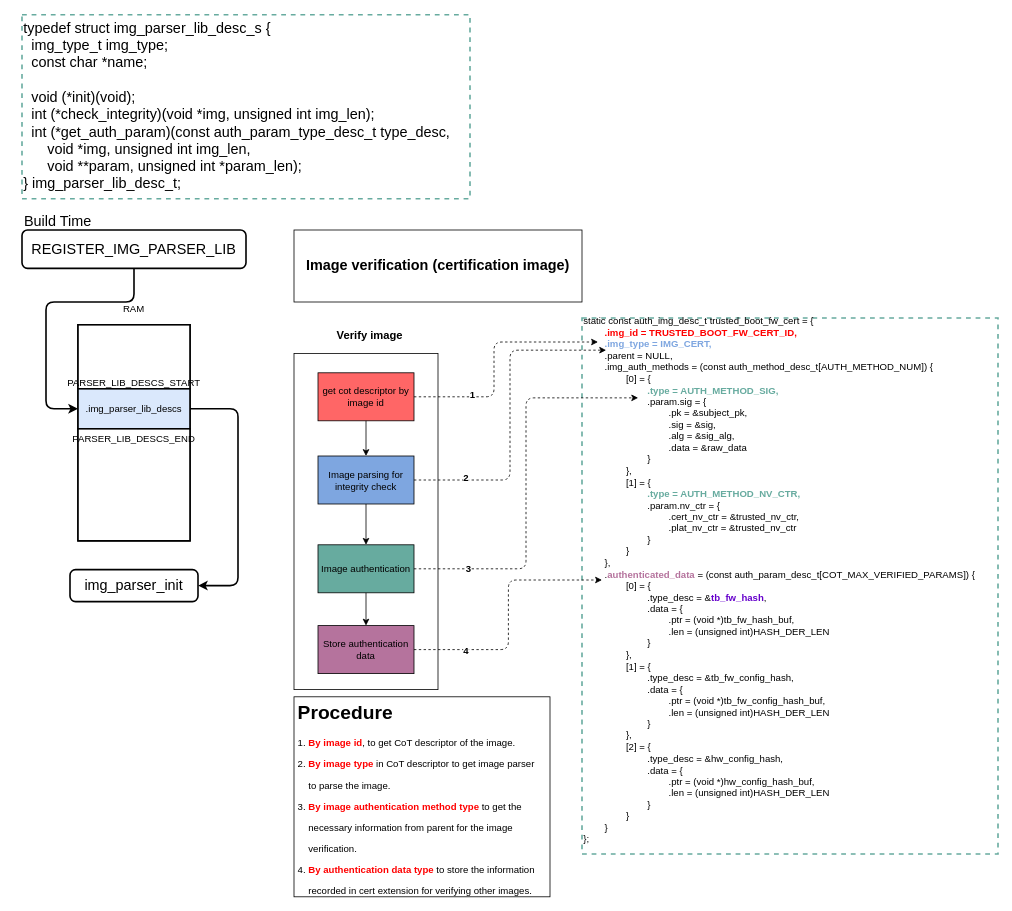
The draw.io diagram page "REGISTER_IMG_PARSER_LIB" (4 of 7) of mbedx509_parser.drawio in daichin/secureboot, before the edit. Source tidied: cells renumbered, new cells numbered last; positions are measured from the earlier drawing's top-left corner, leaving out a move shared by most shapes. Both pictures are drawn from the tidied source at 80%, with x=0, y=0 at pixel (14, 14).
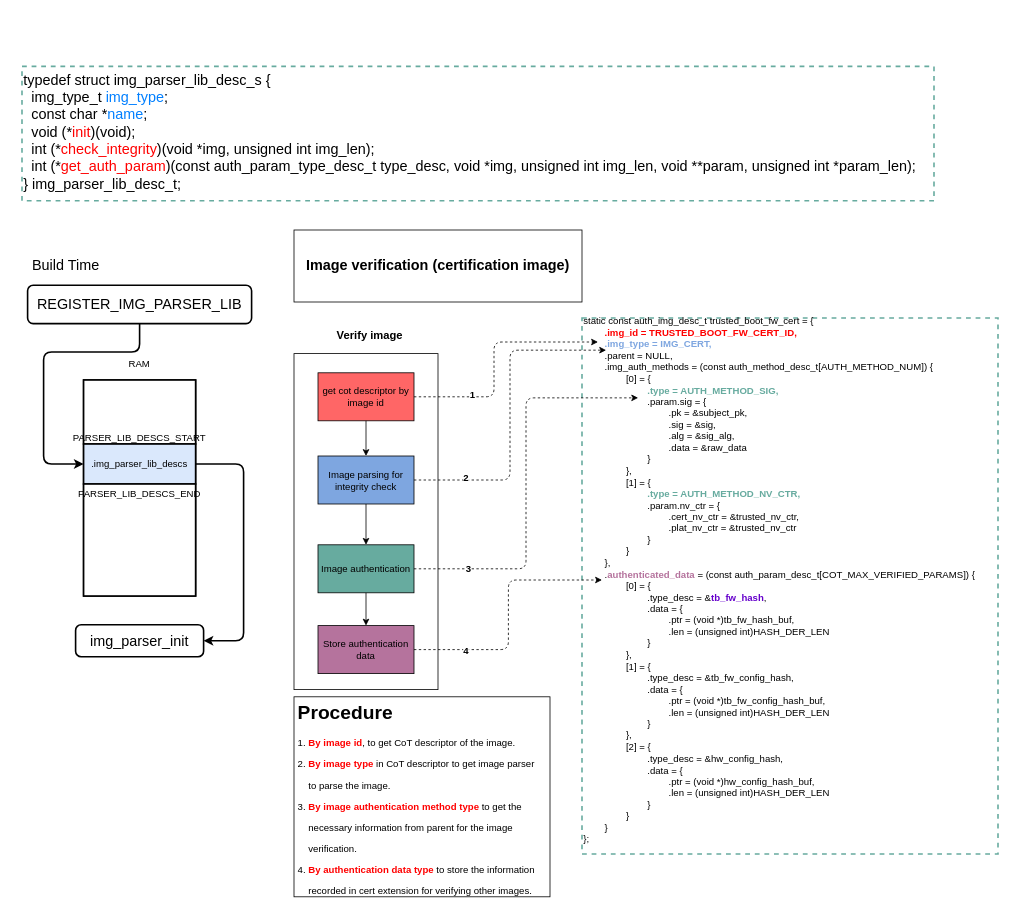
The same page after the edit.

Unchanged cells that the change refers to:
```xml
<mxCell id="30" value=".img_parser_lib_descs" style="rounded=0;whiteSpace=wrap;html=1;strokeColor=#000000;align=center;fillColor=#dae8fc;strokeWidth=2;" parent="28" vertex="1">
  <mxGeometry y="80" width="140" height="50" as="geometry" />
</mxCell>
```

What changed in the source:
```diff
@@
-    <mxCell id="25" style="edgeStyle=orthogonalEdgeStyle;jettySize=auto;html=1;exitX=0.5;exitY=1;exitDx=0;exitDy=0;entryX=0;entryY=0.5;entryDx=0;entryDy=0;fontSize=18;rounded=1;strokeWidth=2;" parent="1" edge="1" source="26" target="30">
+    <mxCell id="25" style="edgeStyle=orthogonalEdgeStyle;rounded=1;jettySize=auto;html=1;exitX=0.5;exitY=1;exitDx=0;exitDy=0;entryX=0;entryY=0.5;entryDx=0;entryDy=0;endArrow=classic;endFill=1;strokeColor=#000000;strokeWidth=2;fontSize=18;" parent="1" edge="1" source="26" target="30">
       <mxGeometry relative="1" as="geometry">
         <Array as="points">
-          <mxPoint x="150" y="359" />
-          <mxPoint x="40" y="359" />
-          <mxPoint x="40" y="493" />
+          <mxPoint x="157" y="421.5" />
+          <mxPoint x="37" y="421.5" />
+          <mxPoint x="37" y="561.5" />
         </Array>
       </mxGeometry>
     </mxCell>
     <mxCell id="26" value="REGISTER_IMG_PARSER_LIB" style="rounded=1;whiteSpace=wrap;html=1;absoluteArcSize=1;arcSize=14;strokeWidth=2;fontSize=18;align=center;" parent="1" vertex="1">
-      <mxGeometry x="10" y="269" width="280" height="48" as="geometry" />
+      <mxGeometry x="17" y="338" width="280" height="48" as="geometry" />
     </mxCell>
     <mxCell id="27" style="group;strokeWidth=2;strokeColor=none;" parent="1" vertex="1">
-      <mxGeometry x="80" y="357.5" width="140" height="300" as="geometry" />
+      <mxGeometry x="87" y="426.5" width="140" height="300" as="geometry" />
     </mxCell>
@@
-    <mxCell id="35" value="&lt;div&gt;&lt;font style=&quot;font-size: 18px&quot;&gt;typedef struct img_parser_lib_desc_s {&lt;/font&gt;&lt;/div&gt;&lt;div&gt;&lt;font style=&quot;font-size: 18px&quot;&gt;&amp;nbsp; img_type_t img_type;&lt;/font&gt;&lt;/div&gt;&lt;div&gt;&lt;font style=&quot;font-size: 18px&quot;&gt;&amp;nbsp; const char *name;&lt;/font&gt;&lt;/div&gt;&lt;div&gt;&lt;font style=&quot;font-size: 18px&quot;&gt;&lt;br&gt;&lt;/font&gt;&lt;/div&gt;&lt;div&gt;&lt;span style=&quot;font-size: 18px&quot;&gt;&amp;nbsp; void (*init)(void);&lt;/span&gt;&lt;br&gt;&lt;/div&gt;&lt;div&gt;&lt;font style=&quot;font-size: 18px&quot;&gt;&amp;nbsp; int (*check_integrity)(void *img, unsigned int img_len);&lt;/font&gt;&lt;/div&gt;&lt;div&gt;&lt;font style=&quot;font-size: 18px&quot;&gt;&amp;nbsp; int (*get_auth_param)(const auth_param_type_desc_t type_desc,&lt;/font&gt;&lt;/div&gt;&lt;div&gt;&lt;font style=&quot;font-size: 18px&quot;&gt;&amp;nbsp; &amp;nbsp; &amp;nbsp; void *img, unsigned int img_len,&lt;/font&gt;&lt;/div&gt;&lt;div&gt;&lt;font style=&quot;font-size: 18px&quot;&gt;&amp;nbsp; &amp;nbsp; &amp;nbsp; void **param, unsigned int *param_len);&lt;/font&gt;&lt;/div&gt;&lt;div&gt;&lt;font style=&quot;font-size: 18px&quot;&gt;} img_parser_lib_desc_t;&lt;/font&gt;&lt;/div&gt;&lt;div&gt;&lt;br&gt;&lt;br style=&quot;font-size: 18px&quot;&gt;&lt;/div&gt;" style="rounded=0;whiteSpace=wrap;html=1;align=left;dashed=1;strokeColor=#67AB9F;strokeWidth=2;verticalAlign=top;" parent="1" vertex="1">
-      <mxGeometry x="10" width="560" height="230" as="geometry" />
+    <mxCell id="35" value="&lt;div&gt;&lt;font style=&quot;font-size: 18px&quot;&gt;typedef struct img_parser_lib_desc_s {&lt;/font&gt;&lt;/div&gt;&lt;div&gt;&lt;font style=&quot;font-size: 18px&quot;&gt;&amp;nbsp; img_type_t &lt;font color=&quot;#007fff&quot;&gt;img_type&lt;/font&gt;;&lt;/font&gt;&lt;/div&gt;&lt;div&gt;&lt;font style=&quot;font-size: 18px&quot;&gt;&amp;nbsp; const char *&lt;font color=&quot;#007fff&quot;&gt;name&lt;/font&gt;;&lt;/font&gt;&lt;/div&gt;&lt;div&gt;&lt;span style=&quot;font-size: 18px&quot;&gt;&amp;nbsp; void (*&lt;/span&gt;&lt;font color=&quot;#ff0000&quot; style=&quot;font-size: 18px&quot;&gt;init&lt;/font&gt;&lt;span style=&quot;font-size: 18px&quot;&gt;)(void);&lt;/span&gt;&lt;br&gt;&lt;/div&gt;&lt;div&gt;&lt;font style=&quot;font-size: 18px&quot;&gt;&amp;nbsp; int (*&lt;font color=&quot;#ff0000&quot;&gt;check_integrity&lt;/font&gt;)(void *img, unsigned int img_len);&lt;/font&gt;&lt;/div&gt;&lt;div&gt;&lt;font style=&quot;font-size: 18px&quot;&gt;&amp;nbsp; int (*&lt;font color=&quot;#ff0000&quot;&gt;get_auth_param&lt;/font&gt;)(const auth_param_type_desc_t type_desc,&amp;nbsp;&lt;/font&gt;&lt;span style=&quot;font-size: 18px&quot;&gt;void *img, unsigned int img_len,&lt;/span&gt;&lt;span style=&quot;font-size: 18px&quot;&gt;&amp;nbsp;void **param, unsigned int *param_len);&lt;/span&gt;&lt;/div&gt;&lt;div&gt;&lt;font style=&quot;font-size: 18px&quot;&gt;} img_parser_lib_desc_t;&lt;/font&gt;&lt;/div&gt;" style="rounded=0;whiteSpace=wrap;html=1;align=left;dashed=1;strokeColor=#67AB9F;strokeWidth=2;verticalAlign=top;" parent="1" vertex="1">
+      <mxGeometry x="10" y="64.5" width="1140" height="168" as="geometry" />
     </mxCell>
     <mxCell id="36" value="img_parser_init" style="rounded=1;whiteSpace=wrap;html=1;absoluteArcSize=1;arcSize=14;strokeWidth=2;fontSize=18;align=center;" parent="1" vertex="1">
-      <mxGeometry x="70" y="693.5" width="160" height="40" as="geometry" />
+      <mxGeometry x="77" y="762.5" width="160" height="40" as="geometry" />
     </mxCell>
+    <mxCell id="38" value="Build Time" style="text;html=1;strokeColor=none;fillColor=none;align=center;verticalAlign=middle;whiteSpace=wrap;rounded=0;fontSize=18;" parent="1" vertex="1">
+      <mxGeometry x="10" y="304" width="110" height="20" as="geometry" />
+    </mxCell>
-    <mxCell id="37" style="edgeStyle=orthogonalEdgeStyle;jettySize=auto;html=1;exitX=1;exitY=0.5;exitDx=0;exitDy=0;entryX=1;entryY=0.5;entryDx=0;entryDy=0;fontSize=18;rounded=1;strokeWidth=2;" parent="1" edge="1" source="30" target="36">
+    <mxCell id="37" style="edgeStyle=orthogonalEdgeStyle;rounded=1;jettySize=auto;html=1;exitX=1;exitY=0.5;exitDx=0;exitDy=0;entryX=1;entryY=0.5;entryDx=0;entryDy=0;endArrow=classic;endFill=1;strokeColor=#000000;strokeWidth=2;fontSize=18;" parent="1" edge="1" source="30" target="36">
       <mxGeometry relative="1" as="geometry">
         <Array as="points">
-          <mxPoint x="280" y="493" />
-          <mxPoint x="280" y="714" />
+          <mxPoint x="287" y="561.5" />
+          <mxPoint x="287" y="782.5" />
         </Array>
       </mxGeometry>
     </mxCell>
-    <mxCell id="38" value="Build Time" style="text;html=1;strokeColor=none;fillColor=none;align=center;verticalAlign=middle;whiteSpace=wrap;rounded=0;fontSize=18;" parent="1" vertex="1">
-      <mxGeometry y="249" width="110" height="20" as="geometry" />
-    </mxCell>
```
